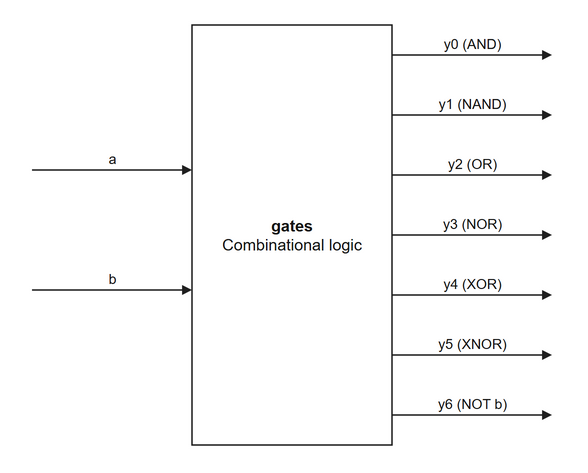
Above: CH1_gates/ch1-gates.drawio.png in Park-Yul/Verilog-HDL-study (draw.io), before the change. Source tidied: cells renumbered, new cells last; positions are measured from the earlier drawing's top-left corner, leaving out a move shared by most shapes.
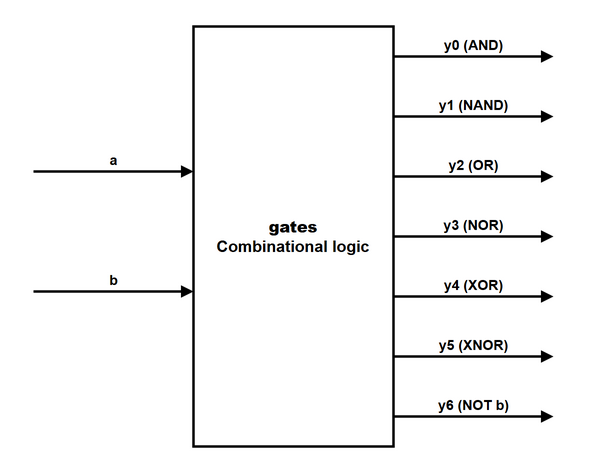
Later version of the same file.

Change to the diagram source:
```diff
@@ -2,58 +2,58 @@
   <root>
     <mxCell id="0" />
     <mxCell id="1" parent="0" />
-    <mxCell id="2" value="&lt;b&gt;gates&lt;/b&gt;&lt;br&gt;Combinational logic" style="rounded=0;whiteSpace=wrap;html=1;fillColor=#ffffff;strokeColor=#202020;fontColor=#141414;fontSize=16;strokeWidth=1.5;" parent="1" vertex="1">
+    <mxCell id="2" value="&lt;b&gt;gates&lt;/b&gt;&lt;br&gt;Combinational logic" style="rounded=0;whiteSpace=wrap;html=1;fillColor=#ffffff;strokeColor=#000000;fontColor=#000000;fontSize=16;strokeWidth=2.5;fontStyle=1;" parent="1" vertex="1">
       <mxGeometry x="160" width="200" height="420" as="geometry" />
     </mxCell>
-    <mxCell id="3" value="a" style="html=1;endArrow=block;endFill=1;strokeColor=#202020;fontColor=#141414;fontSize=14;labelBackgroundColor=#ffffff;strokeWidth=1.5;verticalAlign=bottom;" parent="1" edge="1">
+    <mxCell id="3" value="a" style="html=1;endArrow=block;endFill=1;strokeColor=#000000;fontColor=#000000;fontSize=14;labelBackgroundColor=#ffffff;strokeWidth=2.5;verticalAlign=bottom;fontStyle=1;" parent="1" edge="1">
       <mxGeometry relative="1" as="geometry">
         <mxPoint y="145" as="sourcePoint" />
         <mxPoint x="160" y="145" as="targetPoint" />
       </mxGeometry>
     </mxCell>
-    <mxCell id="4" value="b" style="html=1;endArrow=block;endFill=1;strokeColor=#202020;fontColor=#141414;fontSize=14;labelBackgroundColor=#ffffff;strokeWidth=1.5;verticalAlign=bottom;" parent="1" edge="1">
+    <mxCell id="4" value="b" style="html=1;endArrow=block;endFill=1;strokeColor=#000000;fontColor=#000000;fontSize=14;labelBackgroundColor=#ffffff;strokeWidth=2.5;verticalAlign=bottom;fontStyle=1;" parent="1" edge="1">
       <mxGeometry relative="1" as="geometry">
         <mxPoint y="265" as="sourcePoint" />
         <mxPoint x="160" y="265" as="targetPoint" />
       </mxGeometry>
     </mxCell>
-    <mxCell id="5" value="y0 (AND)" style="html=1;endArrow=block;endFill=1;strokeColor=#202020;fontColor=#141414;fontSize=14;labelBackgroundColor=#ffffff;strokeWidth=1.5;verticalAlign=bottom;" parent="1" edge="1">
+    <mxCell id="5" value="y0 (AND)" style="html=1;endArrow=block;endFill=1;strokeColor=#000000;fontColor=#000000;fontSize=14;labelBackgroundColor=#ffffff;strokeWidth=2.5;verticalAlign=bottom;fontStyle=1;" parent="1" edge="1">
       <mxGeometry relative="1" as="geometry">
         <mxPoint x="360" y="30" as="sourcePoint" />
         <mxPoint x="520" y="30" as="targetPoint" />
       </mxGeometry>
     </mxCell>
-    <mxCell id="6" value="y1 (NAND)" style="html=1;endArrow=block;endFill=1;strokeColor=#202020;fontColor=#141414;fontSize=14;labelBackgroundColor=#ffffff;strokeWidth=1.5;verticalAlign=bottom;" parent="1" edge="1">
+    <mxCell id="6" value="y1 (NAND)" style="html=1;endArrow=block;endFill=1;strokeColor=#000000;fontColor=#000000;fontSize=14;labelBackgroundColor=#ffffff;strokeWidth=2.5;verticalAlign=bottom;fontStyle=1;" parent="1" edge="1">
       <mxGeometry relative="1" as="geometry">
         <mxPoint x="360" y="90" as="sourcePoint" />
         <mxPoint x="520" y="90" as="targetPoint" />
       </mxGeometry>
     </mxCell>
-    <mxCell id="7" value="y2 (OR)" style="html=1;endArrow=block;endFill=1;strokeColor=#202020;fontColor=#141414;fontSize=14;labelBackgroundColor=#ffffff;strokeWidth=1.5;verticalAlign=bottom;" parent="1" edge="1">
+    <mxCell id="7" value="y2 (OR)" style="html=1;endArrow=block;endFill=1;strokeColor=#000000;fontColor=#000000;fontSize=14;labelBackgroundColor=#ffffff;strokeWidth=2.5;verticalAlign=bottom;fontStyle=1;" parent="1" edge="1">
       <mxGeometry relative="1" as="geometry">
         <mxPoint x="360" y="150" as="sourcePoint" />
         <mxPoint x="520" y="150" as="targetPoint" />
       </mxGeometry>
     </mxCell>
-    <mxCell id="8" value="y3 (NOR)" style="html=1;endArrow=block;endFill=1;strokeColor=#202020;fontColor=#141414;fontSize=14;labelBackgroundColor=#ffffff;strokeWidth=1.5;verticalAlign=bottom;" parent="1" edge="1">
+    <mxCell id="8" value="y3 (NOR)" style="html=1;endArrow=block;endFill=1;strokeColor=#000000;fontColor=#000000;fontSize=14;labelBackgroundColor=#ffffff;strokeWidth=2.5;verticalAlign=bottom;fontStyle=1;" parent="1" edge="1">
       <mxGeometry relative="1" as="geometry">
         <mxPoint x="360" y="210" as="sourcePoint" />
         <mxPoint x="520" y="210" as="targetPoint" />
       </mxGeometry>
     </mxCell>
-    <mxCell id="9" value="y4 (XOR)" style="html=1;endArrow=block;endFill=1;strokeColor=#202020;fontColor=#141414;fontSize=14;labelBackgroundColor=#ffffff;strokeWidth=1.5;verticalAlign=bottom;" parent="1" edge="1">
+    <mxCell id="9" value="y4 (XOR)" style="html=1;endArrow=block;endFill=1;strokeColor=#000000;fontColor=#000000;fontSize=14;labelBackgroundColor=#ffffff;strokeWidth=2.5;verticalAlign=bottom;fontStyle=1;" parent="1" edge="1">
       <mxGeometry relative="1" as="geometry">
         <mxPoint x="360" y="270" as="sourcePoint" />
         <mxPoint x="520" y="270" as="targetPoint" />
       </mxGeometry>
     </mxCell>
-    <mxCell id="10" value="y5 (XNOR)" style="html=1;endArrow=block;endFill=1;strokeColor=#202020;fontColor=#141414;fontSize=14;labelBackgroundColor=#ffffff;strokeWidth=1.5;verticalAlign=bottom;" parent="1" edge="1">
+    <mxCell id="10" value="y5 (XNOR)" style="html=1;endArrow=block;endFill=1;strokeColor=#000000;fontColor=#000000;fontSize=14;labelBackgroundColor=#ffffff;strokeWidth=2.5;verticalAlign=bottom;fontStyle=1;" parent="1" edge="1">
       <mxGeometry relative="1" as="geometry">
         <mxPoint x="360" y="330" as="sourcePoint" />
         <mxPoint x="520" y="330" as="targetPoint" />
       </mxGeometry>
     </mxCell>
-    <mxCell id="11" value="y6 (NOT b)" style="html=1;endArrow=block;endFill=1;strokeColor=#202020;fontColor=#141414;fontSize=14;labelBackgroundColor=#ffffff;strokeWidth=1.5;verticalAlign=bottom;" parent="1" edge="1">
+    <mxCell id="11" value="y6 (NOT b)" style="html=1;endArrow=block;endFill=1;strokeColor=#000000;fontColor=#000000;fontSize=14;labelBackgroundColor=#ffffff;strokeWidth=2.5;verticalAlign=bottom;fontStyle=1;" parent="1" edge="1">
       <mxGeometry relative="1" as="geometry">
         <mxPoint x="360" y="390" as="sourcePoint" />
         <mxPoint x="520" y="390" as="targetPoint" />
```
